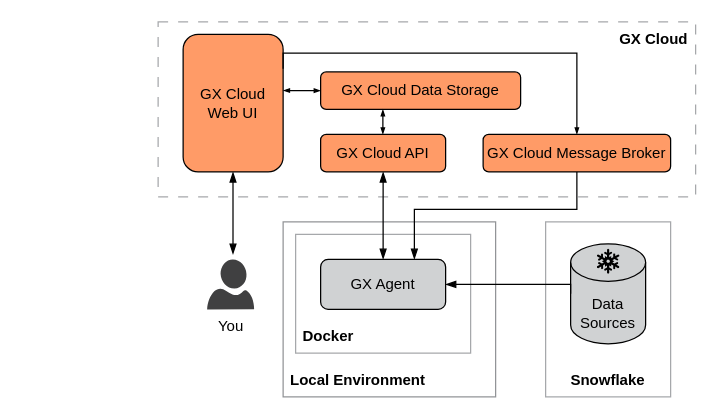
Above: page "deployment-users-gx-cloud-only" (2 of 5) of docs/docusaurus/docs/cloud/architecture_deployment_images/gx_cloud_architecture_and_deployment_diagrams.drawio in great-expectations/great_expectations (draw.io), before the change. Source tidied: cells renumbered, new cells numbered last; positions are measured from the earlier drawing's top-left corner, leaving out a move shared by most shapes. Both pictures are drawn from the tidied source at 125%, with x=0, y=0 at pixel (158, 21).
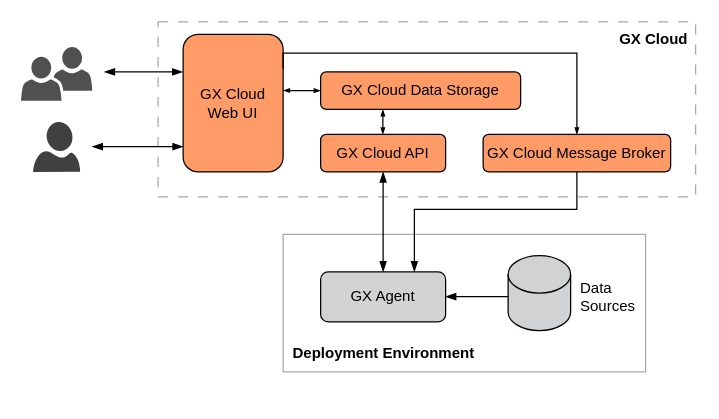
Above is the later version.

Commit message (it also covers changes not shown here):
update About GX Cloud to reference GX Agent running in deployment environment

The edit, as a diff of the source:
```diff
@@
-    <mxCell id="2" style="rounded=0;whiteSpace=wrap;html=1;strokeColor=#929497;fillColor=none;perimeterSpacing=0;strokeWidth=1;" parent="1" vertex="1">
-      <mxGeometry x="100" y="160" width="170" height="140" as="geometry" />
-    </mxCell>
-    <mxCell id="3" style="rounded=0;whiteSpace=wrap;html=1;strokeColor=#A6A8AB;fillColor=none;perimeterSpacing=0;" parent="1" vertex="1">
-      <mxGeometry x="110" y="170" width="140" height="95" as="geometry" />
-    </mxCell>
@@
     <mxCell id="5" style="rounded=0;whiteSpace=wrap;html=1;strokeColor=#A6A8AB;fillColor=none;perimeterSpacing=0;" parent="1" vertex="1">
-      <mxGeometry x="310" y="160" width="100" height="140" as="geometry" />
+      <mxGeometry x="100" y="170" width="290" height="110" as="geometry" />
     </mxCell>
-    <mxCell id="6" value="&lt;b&gt;Local Environment&lt;/b&gt;" style="text;html=1;strokeColor=none;fillColor=none;align=left;verticalAlign=bottom;whiteSpace=wrap;rounded=0;spacing=0;spacingTop=2;spacingLeft=6;spacingRight=6;spacingBottom=6;" parent="1" vertex="1">
-      <mxGeometry x="100" y="270" width="120" height="30" as="geometry" />
-    </mxCell>
     <mxCell id="7" style="shape=cylinder3;whiteSpace=wrap;html=1;boundedLbl=1;backgroundOutline=1;size=15;strokeWidth=1;fillColor=#D0D2D3;" parent="1" vertex="1">
-      <mxGeometry x="330" y="177.5" width="60" height="80" as="geometry" />
+      <mxGeometry x="280" y="187" width="50" height="60" as="geometry" />
     </mxCell>
-    <mxCell id="8" value="Data Sources" style="text;html=1;strokeColor=none;fillColor=none;align=center;verticalAlign=middle;whiteSpace=wrap;rounded=0;" parent="1" vertex="1">
-      <mxGeometry x="330" y="217.5" width="60" height="30" as="geometry" />
+    <mxCell id="8" value="Data Sources" style="text;html=1;strokeColor=none;fillColor=none;align=left;verticalAlign=middle;whiteSpace=wrap;rounded=0;" parent="1" vertex="1">
+      <mxGeometry x="336" y="205" width="52.5" height="30" as="geometry" />
     </mxCell>
-    <mxCell id="9" style="endArrow=blockThin;startArrow=none;html=1;rounded=0;startFill=0;entryX=1;entryY=0.5;entryDx=0;entryDy=0;edgeStyle=orthogonalEdgeStyle;endFill=1;exitX=0;exitY=0.5;exitDx=0;exitDy=0;exitPerimeter=0;" parent="1" edge="1" source="7" target="14">
-      <mxGeometry relative="1" as="geometry">
-        <Array as="points">
-          <mxPoint x="300" y="210" />
-          <mxPoint x="300" y="210" />
-        </Array>
-      </mxGeometry>
-    </mxCell>
-    <mxCell id="10" style="endArrow=blockThin;startArrow=blockThin;html=1;rounded=0;entryX=0.5;entryY=1;entryDx=0;entryDy=0;startFill=1;endFill=1;" parent="1" edge="1">
-      <mxGeometry relative="1" as="geometry">
-        <mxPoint x="59.9" y="186" as="sourcePoint" />
-        <mxPoint x="59.9" y="120" as="targetPoint" />
-      </mxGeometry>
-    </mxCell>
@@
-    <mxCell id="13" value="&lt;b&gt;Docker&lt;/b&gt;" style="text;html=1;strokeColor=none;fillColor=none;align=left;verticalAlign=bottom;whiteSpace=wrap;rounded=0;spacing=0;spacingTop=2;spacingLeft=6;spacingRight=6;spacingBottom=6;" parent="1" vertex="1">
-      <mxGeometry x="110" y="235" width="60" height="30" as="geometry" />
-    </mxCell>
     <mxCell id="14" value="GX Agent" style="rounded=1;whiteSpace=wrap;html=1;glass=0;strokeWidth=1;fillColor=#D0D2D3;" parent="1" vertex="1">
-      <mxGeometry x="130" y="190" width="100" height="40" as="geometry" />
+      <mxGeometry x="130" y="200" width="100" height="40" as="geometry" />
     </mxCell>
-    <mxCell id="15" style="shape=mxgraph.signs.nature.snowflake;html=1;fillColor=#000000;strokeColor=none;verticalLabelPosition=bottom;verticalAlign=top;align=center;" parent="1" vertex="1">
-      <mxGeometry x="351.1" y="181.5" width="17.8" height="20" as="geometry" />
-    </mxCell>
-    <mxCell id="16" value="&lt;b&gt;Snowflake&lt;/b&gt;" style="text;html=1;strokeColor=none;fillColor=none;align=center;verticalAlign=bottom;whiteSpace=wrap;rounded=0;spacing=0;spacingTop=2;spacingLeft=6;spacingRight=6;spacingBottom=6;" parent="1" vertex="1">
-      <mxGeometry x="310" y="270" width="100" height="30" as="geometry" />
-    </mxCell>
-    <mxCell id="17" value="You" style="sketch=0;shadow=0;dashed=0;html=1;strokeColor=none;labelPosition=center;verticalLabelPosition=bottom;verticalAlign=top;align=center;fillColor=#404041;shape=mxgraph.azure.user;" parent="1" vertex="1">
-      <mxGeometry x="39.2" y="190" width="37.6" height="40" as="geometry" />
+    <mxCell id="17" style="sketch=0;shadow=0;dashed=0;html=1;strokeColor=none;labelPosition=center;verticalLabelPosition=bottom;verticalAlign=top;align=center;fillColor=#404041;shape=mxgraph.azure.user;" parent="1" vertex="1">
+      <mxGeometry x="-100" y="80" width="37.6" height="40" as="geometry" />
     </mxCell>
@@
+    <mxCell id="26" value="&lt;b&gt;Deployment Environment&lt;/b&gt;" style="text;html=1;strokeColor=none;fillColor=none;align=left;verticalAlign=bottom;whiteSpace=wrap;rounded=0;spacing=8;spacingTop=0;spacingLeft=0;spacingRight=0;spacingBottom=0;" parent="1" vertex="1">
+      <mxGeometry x="100" y="250" width="160" height="30" as="geometry" />
+    </mxCell>
+    <mxCell id="27" style="sketch=0;shadow=0;dashed=0;html=1;strokeColor=none;fillColor=#505050;labelPosition=center;verticalLabelPosition=bottom;verticalAlign=top;align=center;shape=mxgraph.office.users.users_two;" parent="1" vertex="1">
+      <mxGeometry x="-109.7" y="20" width="57" height="43" as="geometry" />
+    </mxCell>
+    <mxCell id="28" style="endArrow=none;startArrow=blockThin;html=1;rounded=0;startFill=1;endFill=0;exitX=0.5;exitY=0;exitDx=0;exitDy=0;" parent="1" edge="1">
+      <mxGeometry relative="1" as="geometry">
+        <mxPoint x="230" y="219.8" as="sourcePoint" />
+        <mxPoint x="280" y="219.8" as="targetPoint" />
+      </mxGeometry>
+    </mxCell>
+    <mxCell id="29" style="endArrow=blockThin;startArrow=blockThin;html=1;rounded=0;startFill=1;endFill=1;exitX=0.5;exitY=0;exitDx=0;exitDy=0;" parent="1" edge="1">
+      <mxGeometry relative="1" as="geometry">
+        <mxPoint x="-52.7" y="99.8" as="sourcePoint" />
+        <mxPoint x="20" y="99.8" as="targetPoint" />
+      </mxGeometry>
+    </mxCell>
+    <mxCell id="30" style="endArrow=blockThin;startArrow=blockThin;html=1;rounded=0;startFill=1;endFill=1;exitX=0.5;exitY=0;exitDx=0;exitDy=0;" parent="1" edge="1">
+      <mxGeometry relative="1" as="geometry">
+        <mxPoint x="-43" y="40" as="sourcePoint" />
+        <mxPoint x="19.7" y="40" as="targetPoint" />
+      </mxGeometry>
+    </mxCell>
```
